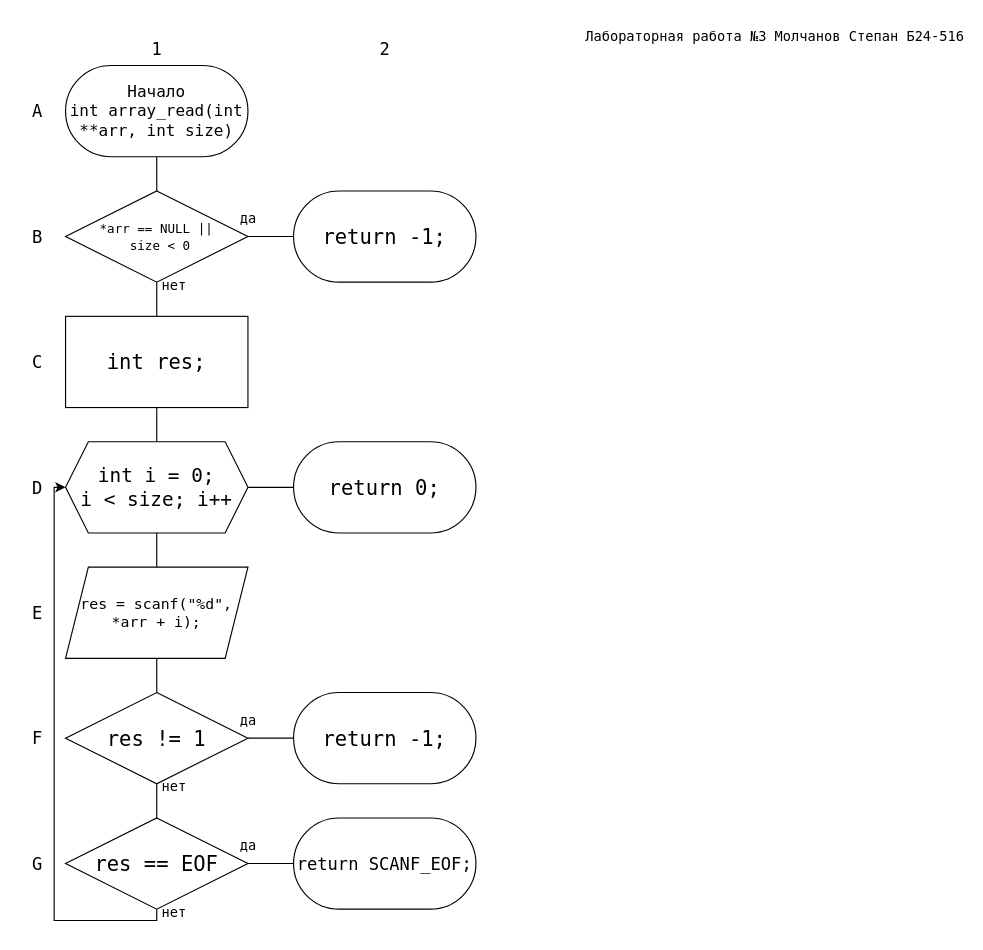
Before: page "array_read" (3 of 7) of lab3.drawio in molchanov71/MEPhIflowcharts, a draw.io diagram. Source tidied: cells renumbered, new cells numbered last; positions are measured from the earlier drawing's top-left corner, leaving out a move shared by most shapes. Both pictures are drawn from the tidied source at 114%, with x=0, y=0 at pixel (19, 19).
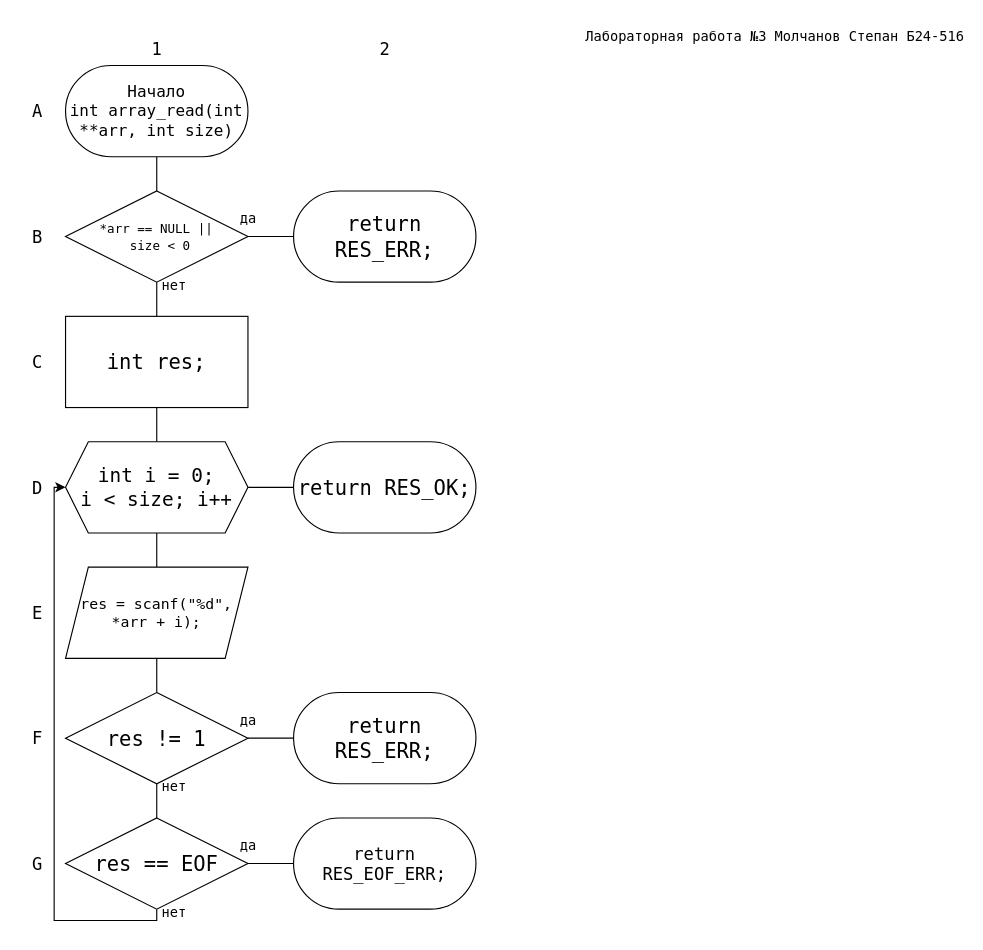
The same diagram, later.

Change to the diagram source:
```diff
@@
-    <mxCell id="7" value="&lt;font style=&quot;font-size: 18px;&quot; face=&quot;Lucida Console&quot;&gt;return -1;&lt;/font&gt;" style="rounded=1;whiteSpace=wrap;html=1;arcSize=50;" parent="1" vertex="1">
+    <mxCell id="7" value="&lt;font style=&quot;font-size: 18px;&quot; face=&quot;Lucida Console&quot;&gt;return RES_ERR;&lt;/font&gt;" style="rounded=1;whiteSpace=wrap;html=1;arcSize=50;" parent="1" vertex="1">
       <mxGeometry x="240" y="150" width="160" height="80" as="geometry" />
     </mxCell>
@@
-    <mxCell id="18" value="&lt;font style=&quot;font-size: 18px;&quot; face=&quot;Lucida Console&quot;&gt;return -1;&lt;/font&gt;" style="rounded=1;whiteSpace=wrap;html=1;arcSize=50;" parent="1" vertex="1">
+    <mxCell id="18" value="&lt;font style=&quot;font-size: 18px;&quot; face=&quot;Lucida Console&quot;&gt;return RES_ERR;&lt;/font&gt;" style="rounded=1;whiteSpace=wrap;html=1;arcSize=50;" parent="1" vertex="1">
       <mxGeometry x="240" y="590" width="160" height="80" as="geometry" />
     </mxCell>
@@
-    <mxCell id="22" value="&lt;font style=&quot;font-size: 15px;&quot; face=&quot;Lucida Console&quot;&gt;return SCANF_EOF;&lt;/font&gt;" style="rounded=1;whiteSpace=wrap;html=1;arcSize=50;" parent="1" vertex="1">
+    <mxCell id="22" value="&lt;font style=&quot;font-size: 15px;&quot; face=&quot;Lucida Console&quot;&gt;return RES_EOF_ERR;&lt;/font&gt;" style="rounded=1;whiteSpace=wrap;html=1;arcSize=50;" parent="1" vertex="1">
       <mxGeometry x="240" y="700" width="160" height="80" as="geometry" />
     </mxCell>
-    <mxCell id="23" value="&lt;font style=&quot;font-size: 18px;&quot; face=&quot;Lucida Console&quot;&gt;return 0;&lt;/font&gt;" style="rounded=1;whiteSpace=wrap;html=1;arcSize=50;" parent="1" vertex="1">
+    <mxCell id="23" value="&lt;font style=&quot;font-size: 18px;&quot; face=&quot;Lucida Console&quot;&gt;return RES_OK;&lt;/font&gt;" style="rounded=1;whiteSpace=wrap;html=1;arcSize=50;" parent="1" vertex="1">
       <mxGeometry x="240" y="370" width="160" height="80" as="geometry" />
     </mxCell>
```
